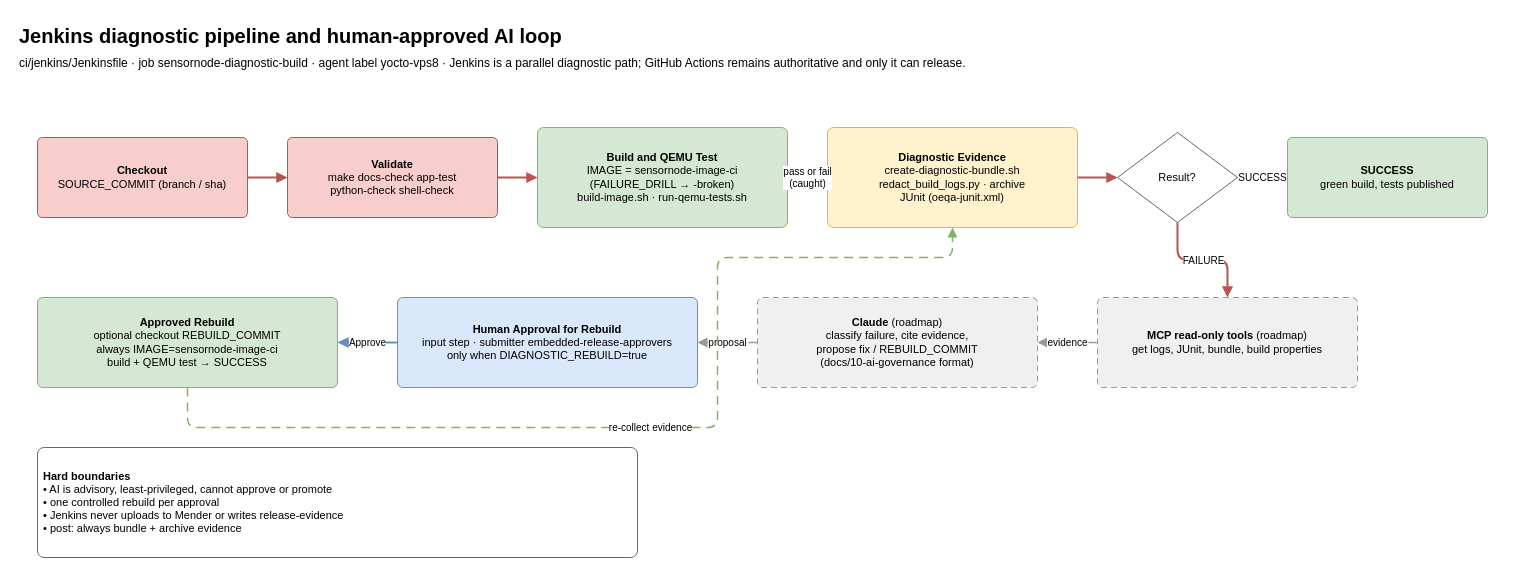
stonetusker/tuskerblueprint-embedded keeps this draw.io diagram as page "Jenkins diagnostic + AI approval" (3 of 3) of docs/diagrams/commit-to-device-flow.drawio. Above is the earlier version. Source tidied: cells renumbered, new cells numbered last; positions are measured from the earlier drawing's top-left corner, leaving out a move shared by most shapes. Both pictures are drawn from the tidied source at 100%, with x=0, y=0 at pixel (17, 17).
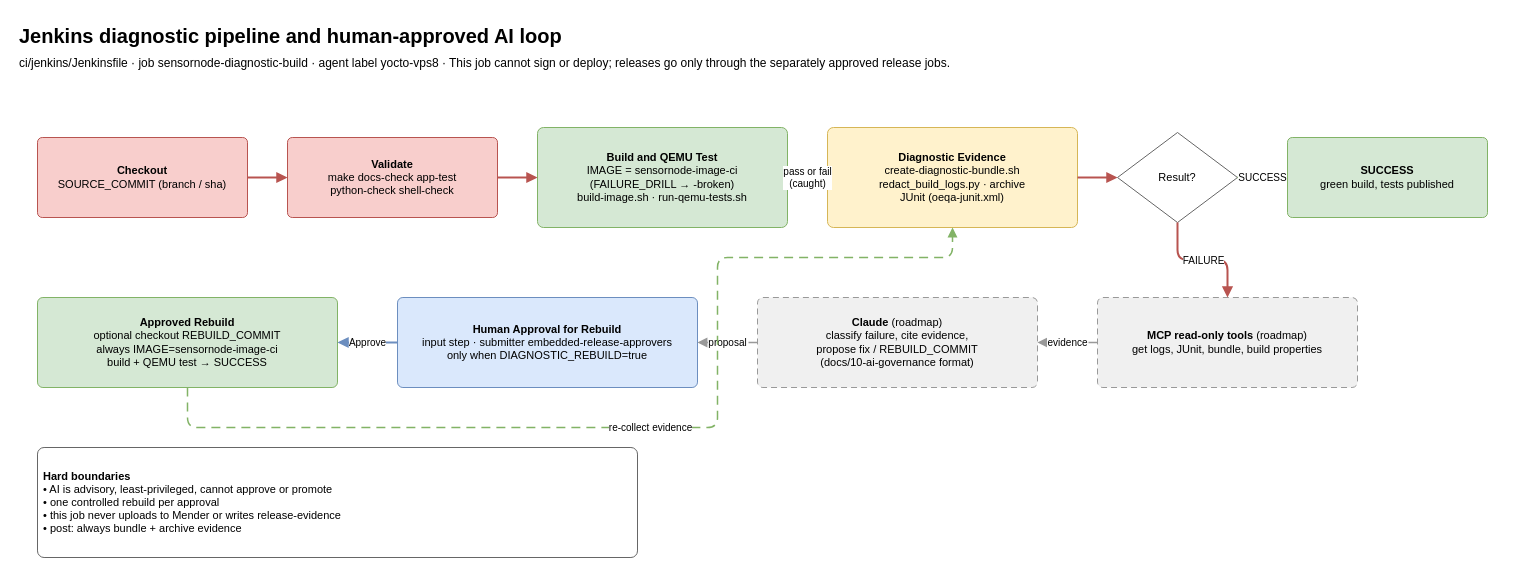
After the change.

Diff of the diagram source:
```diff
@@
-    <mxCell id="2" value="&lt;b&gt;Jenkins diagnostic pipeline and human-approved AI loop&lt;/b&gt;&lt;br&gt;&lt;font style='font-size:12px'&gt;ci/jenkins/Jenkinsfile · job sensornode-diagnostic-build · agent label yocto-vps8 · Jenkins is a parallel diagnostic path; GitHub Actions remains authoritative and only it can release.&lt;/font&gt;" style="text;html=1;whiteSpace=wrap;align=left;verticalAlign=middle;fontSize=20;" parent="1" vertex="1">
+    <mxCell id="2" value="&lt;b&gt;Jenkins diagnostic pipeline and human-approved AI loop&lt;/b&gt;&lt;br&gt;&lt;font style='font-size:12px'&gt;ci/jenkins/Jenkinsfile · job sensornode-diagnostic-build · agent label yocto-vps8 · This job cannot sign or deploy; releases go only through the separately approved release jobs.&lt;/font&gt;" style="text;html=1;whiteSpace=wrap;align=left;verticalAlign=middle;fontSize=20;" parent="1" vertex="1">
       <mxGeometry width="1500" height="60" as="geometry" />
     </mxCell>
@@
-    <mxCell id="13" value="&lt;b&gt;Hard boundaries&lt;/b&gt;&lt;br&gt;• AI is advisory, least-privileged, cannot approve or promote&lt;br&gt;• one controlled rebuild per approval&lt;br&gt;• Jenkins never uploads to Mender or writes release-evidence&lt;br&gt;• post: always bundle + archive evidence" style="rounded=1;arcSize=6;whiteSpace=wrap;html=1;fillColor=#ffffff;strokeColor=#666666;fontSize=11;align=left;verticalAlign=middle;spacing=6;" parent="1" vertex="1">
+    <mxCell id="13" value="&lt;b&gt;Hard boundaries&lt;/b&gt;&lt;br&gt;• AI is advisory, least-privileged, cannot approve or promote&lt;br&gt;• one controlled rebuild per approval&lt;br&gt;• this job never uploads to Mender or writes release-evidence&lt;br&gt;• post: always bundle + archive evidence" style="rounded=1;arcSize=6;whiteSpace=wrap;html=1;fillColor=#ffffff;strokeColor=#666666;fontSize=11;align=left;verticalAlign=middle;spacing=6;" parent="1" vertex="1">
       <mxGeometry x="20" y="430" width="600" height="110" as="geometry" />
     </mxCell>
```
